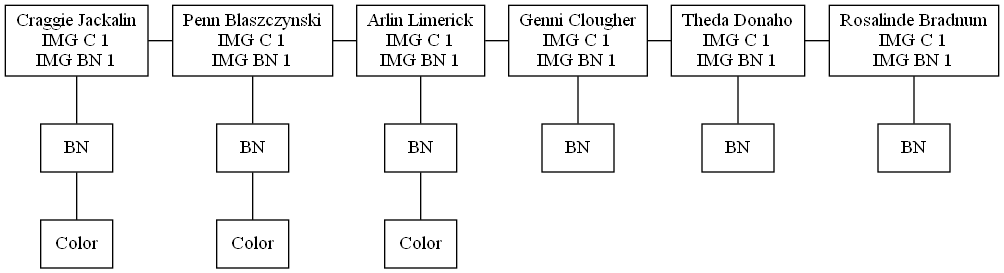
Earlier version of the Graphviz export Fase1/clientesEnEspera.png (d-acetun/simulacion-sistema-impresion-de-imagenes). Its source is kept beside it as Fase1/clientesEnEspera.dot. Its diagram source:
```dot
digraph ClientesEnEspera {
node[shape=box]
edge[arrowhead=none]
0 [label="Craggie Jackalin\nIMG C 1\nIMG BN 1"]
1 [label=BN]
2 [label=Color]
3 [label="Penn Blaszczynski\nIMG C 1\nIMG BN 1"]
4 [label=BN]
5 [label=Color]
6 [label="Arlin Limerick\nIMG C 1\nIMG BN 1"]
7 [label=BN]
8 [label=Color]
9 [label="Genni Clougher\nIMG C 1\nIMG BN 1"]
10 [label=BN]
11 [label="Theda Donaho\nIMG C 1\nIMG BN 1"]
12 [label=BN]
13 [label="Rosalinde Bradnum\nIMG C 1\nIMG BN 1"]
14 [label=BN]
0->1
1->2
0->3
3->4
4->5
3->6
6->7
7->8
6->9
9->10
9->11
11->12
11->13
13->14
{rank=same; 0; 3}
{rank=same; 3; 6}
{rank=same; 6; 9}
{rank=same; 9; 11}
{rank=same; 11; 13}
rankdir=TB
}
```
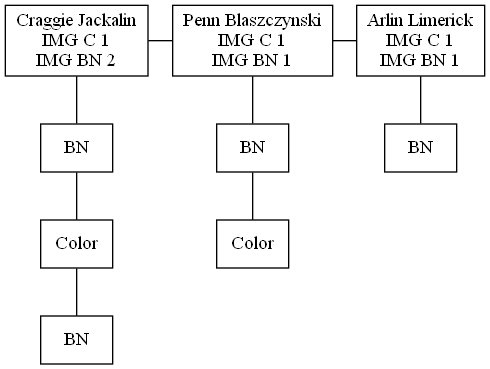
The same file after the commit.

What changed in the source:
```diff
@@ -1,39 +1,24 @@
 digraph ClientesEnEspera {
 node[shape=box]
 edge[arrowhead=none]
-0 [label="Craggie Jackalin\nIMG C 1\nIMG BN 1"]
+0 [label="Craggie Jackalin\nIMG C 1\nIMG BN 2"]
 1 [label=BN]
 2 [label=Color]
-3 [label="Penn Blaszczynski\nIMG C 1\nIMG BN 1"]
-4 [label=BN]
-5 [label=Color]
-6 [label="Arlin Limerick\nIMG C 1\nIMG BN 1"]
-7 [label=BN]
-8 [label=Color]
-9 [label="Genni Clougher\nIMG C 1\nIMG BN 1"]
-10 [label=BN]
-11 [label="Theda Donaho\nIMG C 1\nIMG BN 1"]
-12 [label=BN]
-13 [label="Rosalinde Bradnum\nIMG C 1\nIMG BN 1"]
-14 [label=BN]
+3 [label=BN]
+4 [label="Penn Blaszczynski\nIMG C 1\nIMG BN 1"]
+5 [label=BN]
+6 [label=Color]
+7 [label="Arlin Limerick\nIMG C 1\nIMG BN 1"]
+8 [label=BN]
 0->1
 1->2
-0->3
-3->4
+2->3
+0->4
 4->5
-3->6
-6->7
+5->6
+4->7
 7->8
-6->9
-9->10
-9->11
-11->12
-11->13
-13->14
-{rank=same; 0; 3}
-{rank=same; 3; 6}
-{rank=same; 6; 9}
-{rank=same; 9; 11}
-{rank=same; 11; 13}
+{rank=same; 0; 4}
+{rank=same; 4; 7}
 rankdir=TB
 }
```
